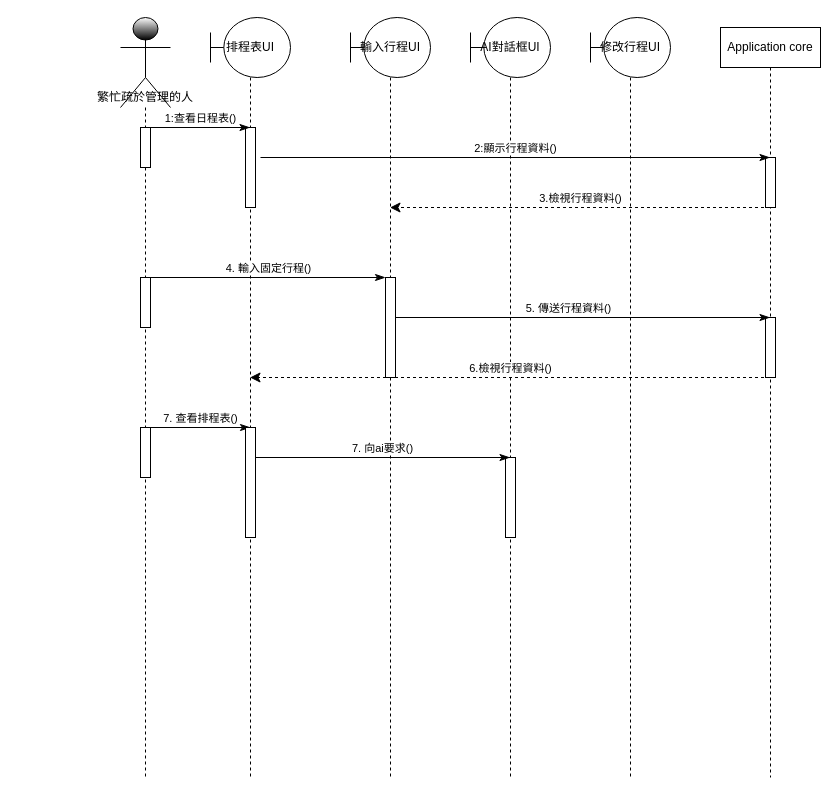
Above: 循序圖UI.drawio in Kevincheng0804/Graduation-Topic (draw.io), before the change. Source tidied: cells renumbered, new cells numbered last; positions are measured from the earlier drawing's top-left corner, leaving out a move shared by most shapes. Both pictures are drawn from the tidied source at 100%, with x=0, y=0 at pixel (120, 17).
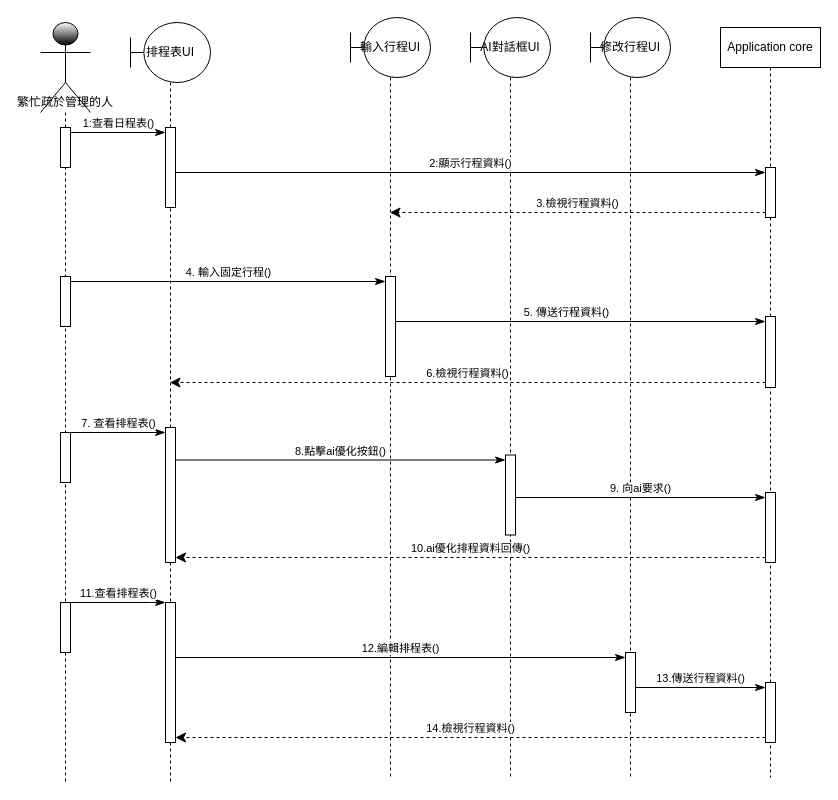
The same diagram, later.

Commit message (it also covers changes not shown here):
更新循序圖UI.drawio

Unchanged cells that the change refers to:
```xml
<mxCell id="4" value="&lt;div&gt;輸入行程UI&lt;/div&gt;" style="shape=umlLifeline;perimeter=lifelinePerimeter;whiteSpace=wrap;html=1;outlineConnect=0;portConstraint=eastwest;newEdgeStyle={&quot;curved&quot;:0,&quot;rounded&quot;:0};participant=umlBoundary;size=60;" parent="1" vertex="1">
  <mxGeometry x="230" width="80" height="760" as="geometry" />
</mxCell>
<mxCell id="6" value="AI對話框UI" style="shape=umlLifeline;perimeter=lifelinePerimeter;whiteSpace=wrap;html=1;newEdgeStyle={&quot;curved&quot;:0,&quot;rounded&quot;:0};participant=umlBoundary;size=60;" parent="1" vertex="1">
  <mxGeometry x="350" width="80" height="760" as="geometry" />
</mxCell>
<mxCell id="9" value="Application core" style="shape=umlLifeline;perimeter=lifelinePerimeter;whiteSpace=wrap;html=1;outlineConnect=0;portConstraint=eastwest;newEdgeStyle={&quot;curved&quot;:0,&quot;rounded&quot;:0};" parent="1" vertex="1">
  <mxGeometry x="600" y="10" width="100" height="750" as="geometry" />
</mxCell>
```

Change to the diagram source:
```diff
@@
     <mxCell id="2" value="&lt;div&gt;&lt;span style=&quot;background-color: initial;&quot;&gt;排程表UI&lt;/span&gt;&lt;/div&gt;" style="shape=umlLifeline;perimeter=lifelinePerimeter;whiteSpace=wrap;html=1;outlineConnect=0;portConstraint=eastwest;newEdgeStyle={&quot;curved&quot;:0,&quot;rounded&quot;:0};participant=umlBoundary;size=60;" parent="1" vertex="1">
-      <mxGeometry x="90" width="80" height="760" as="geometry" />
+      <mxGeometry x="10" y="5" width="80" height="760" as="geometry" />
     </mxCell>
-    <mxCell id="3" style="html=1;points=[[0,0,0,0,5],[0,1,0,0,-5],[1,0,0,0,5],[1,1,0,0,-5]];perimeter=orthogonalPerimeter;outlineConnect=0;targetShapes=umlLifeline;portConstraint=eastwest;newEdgeStyle={&quot;curved&quot;:0,&quot;rounded&quot;:0};" parent="2" vertex="1">
-      <mxGeometry x="35" y="110" width="10" height="80" as="geometry" />
-    </mxCell>
+    <mxCell id="26" style="html=1;points=[[0,0,0,0,5],[0,1,0,0,-5],[1,0,0,0,5],[1,1,0,0,-5]];perimeter=orthogonalPerimeter;outlineConnect=0;targetShapes=umlLifeline;portConstraint=eastwest;newEdgeStyle={&quot;curved&quot;:0,&quot;rounded&quot;:0};" parent="2" vertex="1">
+      <mxGeometry x="35" y="580" width="10" height="140" as="geometry" />
+    </mxCell>
+    <mxCell id="25" style="html=1;points=[[0,0,0,0,5],[0,1,0,0,-5],[1,0,0,0,5],[1,1,0,0,-5]];perimeter=orthogonalPerimeter;outlineConnect=0;targetShapes=umlLifeline;portConstraint=eastwest;newEdgeStyle={&quot;curved&quot;:0,&quot;rounded&quot;:0};" parent="2" vertex="1">
+      <mxGeometry x="35" y="405" width="10" height="135" as="geometry" />
+    </mxCell>
@@
     <mxCell id="5" style="html=1;points=[[0,0,0,0,5],[0,1,0,0,-5],[1,0,0,0,5],[1,1,0,0,-5]];perimeter=orthogonalPerimeter;outlineConnect=0;targetShapes=umlLifeline;portConstraint=eastwest;newEdgeStyle={&quot;curved&quot;:0,&quot;rounded&quot;:0};" parent="4" vertex="1">
-      <mxGeometry x="35" y="260" width="10" height="100" as="geometry" />
+      <mxGeometry x="35" y="259" width="10" height="100" as="geometry" />
     </mxCell>
@@
     <mxCell id="7" style="html=1;points=[[0,0,0,0,5],[0,1,0,0,-5],[1,0,0,0,5],[1,1,0,0,-5]];perimeter=orthogonalPerimeter;outlineConnect=0;targetShapes=umlLifeline;portConstraint=eastwest;newEdgeStyle={&quot;curved&quot;:0,&quot;rounded&quot;:0};" parent="6" vertex="1">
-      <mxGeometry x="35" y="440" width="10" height="80" as="geometry" />
+      <mxGeometry x="35" y="437.5" width="10" height="80" as="geometry" />
     </mxCell>
@@
+    <mxCell id="27" style="html=1;points=[[0,0,0,0,5],[0,1,0,0,-5],[1,0,0,0,5],[1,1,0,0,-5]];perimeter=orthogonalPerimeter;outlineConnect=0;targetShapes=umlLifeline;portConstraint=eastwest;newEdgeStyle={&quot;curved&quot;:0,&quot;rounded&quot;:0};" parent="9" vertex="1">
+      <mxGeometry x="45" y="465" width="10" height="70" as="geometry" />
+    </mxCell>
+    <mxCell id="28" style="html=1;points=[[0,0,0,0,5],[0,1,0,0,-5],[1,0,0,0,5],[1,1,0,0,-5]];perimeter=orthogonalPerimeter;outlineConnect=0;targetShapes=umlLifeline;portConstraint=eastwest;newEdgeStyle={&quot;curved&quot;:0,&quot;rounded&quot;:0};" parent="9" vertex="1">
+      <mxGeometry x="45" y="655" width="10" height="60" as="geometry" />
+    </mxCell>
     <mxCell id="10" style="html=1;points=[[0,0,0,0,5],[0,1,0,0,-5],[1,0,0,0,5],[1,1,0,0,-5]];perimeter=orthogonalPerimeter;outlineConnect=0;targetShapes=umlLifeline;portConstraint=eastwest;newEdgeStyle={&quot;curved&quot;:0,&quot;rounded&quot;:0};" parent="9" vertex="1">
-      <mxGeometry x="45" y="130" width="10" height="50" as="geometry" />
+      <mxGeometry x="45" y="140" width="10" height="50" as="geometry" />
     </mxCell>
     <mxCell id="11" style="html=1;points=[[0,0,0,0,5],[0,1,0,0,-5],[1,0,0,0,5],[1,1,0,0,-5]];perimeter=orthogonalPerimeter;outlineConnect=0;targetShapes=umlLifeline;portConstraint=eastwest;newEdgeStyle={&quot;curved&quot;:0,&quot;rounded&quot;:0};" parent="9" vertex="1">
-      <mxGeometry x="45" y="290" width="10" height="60" as="geometry" />
+      <mxGeometry x="45" y="289" width="10" height="71" as="geometry" />
     </mxCell>
     <mxCell id="12" value="&lt;span style=&quot;font-family: &amp;quot;Architects Daughter&amp;quot;; text-wrap-mode: nowrap;&quot;&gt;繁忙疏於管理的人&lt;/span&gt;" style="shape=umlLifeline;perimeter=lifelinePerimeter;whiteSpace=wrap;html=1;newEdgeStyle={&quot;curved&quot;:0,&quot;rounded&quot;:0};participant=umlActor;size=90;verticalAlign=bottom;gradientColor=default;" parent="1" vertex="1">
-      <mxGeometry width="50" height="760" as="geometry" />
+      <mxGeometry x="-80" y="5" width="50" height="760" as="geometry" />
     </mxCell>
+    <mxCell id="15" style="html=1;perimeter=orthogonalPerimeter;targetShapes=umlLifeline;newEdgeStyle={&quot;curved&quot;:0,&quot;rounded&quot;:0};" parent="12" vertex="1">
+      <mxGeometry x="20" y="410" width="10" height="50" as="geometry" />
+    </mxCell>
+    <mxCell id="29" style="html=1;points=[[0,0,0,0,5],[0,1,0,0,-5],[1,0,0,0,5],[1,1,0,0,-5]];perimeter=orthogonalPerimeter;outlineConnect=0;targetShapes=umlLifeline;portConstraint=eastwest;newEdgeStyle={&quot;curved&quot;:0,&quot;rounded&quot;:0};" parent="12" vertex="1">
+      <mxGeometry x="20" y="580" width="10" height="50" as="geometry" />
+    </mxCell>
+    <mxCell id="14" style="html=1;points=[[0,0,0,0,5],[0,1,0,0,-5],[1,0,0,0,5],[1,1,0,0,-5]];perimeter=orthogonalPerimeter;outlineConnect=0;targetShapes=umlLifeline;portConstraint=eastwest;newEdgeStyle={&quot;curved&quot;:0,&quot;rounded&quot;:0};" parent="12" vertex="1">
+      <mxGeometry x="20" y="254" width="10" height="50" as="geometry" />
+    </mxCell>
     <mxCell id="13" style="html=1;points=[[0,0,0,0,5],[0,1,0,0,-5],[1,0,0,0,5],[1,1,0,0,-5]];perimeter=orthogonalPerimeter;outlineConnect=0;targetShapes=umlLifeline;portConstraint=eastwest;newEdgeStyle={&quot;curved&quot;:0,&quot;rounded&quot;:0};" parent="12" vertex="1">
-      <mxGeometry x="20" y="110" width="10" height="40" as="geometry" />
+      <mxGeometry x="20" y="105" width="10" height="40" as="geometry" />
     </mxCell>
-    <mxCell id="14" style="html=1;points=[[0,0,0,0,5],[0,1,0,0,-5],[1,0,0,0,5],[1,1,0,0,-5]];perimeter=orthogonalPerimeter;outlineConnect=0;targetShapes=umlLifeline;portConstraint=eastwest;newEdgeStyle={&quot;curved&quot;:0,&quot;rounded&quot;:0};" parent="12" vertex="1">
-      <mxGeometry x="20" y="260" width="10" height="50" as="geometry" />
-    </mxCell>
-    <mxCell id="15" style="html=1;perimeter=orthogonalPerimeter;targetShapes=umlLifeline;newEdgeStyle={&quot;curved&quot;:0,&quot;rounded&quot;:0};" parent="12" vertex="1">
-      <mxGeometry x="20" y="410" width="10" height="50" as="geometry" />
-    </mxCell>
-    <mxCell id="16" value="&lt;div&gt;4. 輸入固定行程()&lt;/div&gt;" style="html=1;verticalAlign=bottom;startArrow=none;startFill=0;endArrow=classicThin;startSize=6;endSize=8;curved=0;rounded=0;endFill=1;" parent="1" edge="1" target="5">
-      <mxGeometry relative="1" as="geometry">
-        <mxPoint x="30" y="260" as="sourcePoint" />
-      </mxGeometry>
+    <mxCell id="16" value="&lt;div&gt;4. 輸入固定行程()&lt;/div&gt;" style="html=1;verticalAlign=bottom;startArrow=none;startFill=0;endArrow=classicThin;startSize=6;endSize=8;curved=0;rounded=0;endFill=1;entryX=0;entryY=0;entryDx=0;entryDy=5;entryPerimeter=0;exitX=1;exitY=0;exitDx=0;exitDy=5;exitPerimeter=0;" parent="1" edge="1" source="14" target="5">
+      <mxGeometry relative="1" as="geometry" />
     </mxCell>
-    <mxCell id="17" value="1:查看日程表()" style="html=1;verticalAlign=bottom;startArrow=none;startFill=0;endArrow=classicThin;startSize=6;endSize=8;curved=0;rounded=0;endFill=1;" parent="1" edge="1" target="2">
-      <mxGeometry relative="1" as="geometry">
-        <mxPoint x="30" y="110" as="sourcePoint" />
-      </mxGeometry>
+    <mxCell id="17" value="1:查看日程表()" style="html=1;verticalAlign=bottom;startArrow=none;startFill=0;endArrow=classicThin;startSize=6;endSize=8;curved=0;rounded=0;endFill=1;entryX=0;entryY=0;entryDx=0;entryDy=5;entryPerimeter=0;exitX=1;exitY=0;exitDx=0;exitDy=5;exitPerimeter=0;" parent="1" edge="1" source="13" target="3">
+      <mxGeometry relative="1" as="geometry" />
     </mxCell>
-    <mxCell id="18" value="2:顯示行程資料()" style="html=1;verticalAlign=bottom;startArrow=none;startFill=0;endArrow=classicThin;startSize=6;endSize=8;curved=0;rounded=0;endFill=1;" parent="1" edge="1" target="9">
-      <mxGeometry relative="1" as="geometry">
-        <mxPoint x="140" y="140" as="sourcePoint" />
-      </mxGeometry>
+    <mxCell id="18" value="2:顯示行程資料()" style="html=1;verticalAlign=bottom;startArrow=none;startFill=0;endArrow=classicThin;startSize=6;endSize=8;curved=0;rounded=0;endFill=1;entryX=0;entryY=0;entryDx=0;entryDy=5;entryPerimeter=0;" parent="1" edge="1" source="3" target="10">
+      <mxGeometry relative="1" as="geometry" />
     </mxCell>
-    <mxCell id="19" value="3.檢視行程資料()" style="html=1;verticalAlign=bottom;endArrow=classic;dashed=1;endSize=8;curved=0;rounded=0;endFill=1;" parent="1" edge="1" target="4">
-      <mxGeometry relative="1" as="geometry">
-        <mxPoint x="649.5" y="190" as="sourcePoint" />
-      </mxGeometry>
+    <mxCell id="19" value="3.檢視行程資料()" style="html=1;verticalAlign=bottom;endArrow=classic;dashed=1;endSize=8;curved=0;rounded=0;endFill=1;exitX=0;exitY=1;exitDx=0;exitDy=-5;exitPerimeter=0;" parent="1" edge="1" source="10" target="4">
+      <mxGeometry relative="1" as="geometry" />
     </mxCell>
-    <mxCell id="20" value="5. 傳送行程資料()" style="html=1;verticalAlign=bottom;startArrow=none;startFill=0;endArrow=classicThin;startSize=6;endSize=8;curved=0;rounded=0;endFill=1;" parent="1" edge="1">
+    <mxCell id="20" value="5. 傳送行程資料()" style="html=1;verticalAlign=bottom;startArrow=none;startFill=0;endArrow=classicThin;startSize=6;endSize=8;curved=0;rounded=0;endFill=1;entryX=0;entryY=0;entryDx=0;entryDy=5;entryPerimeter=0;" parent="1" edge="1" source="5" target="11">
       <mxGeometry x="-0.07" relative="1" as="geometry">
-        <mxPoint x="275" y="300" as="sourcePoint" />
-        <mxPoint x="649.5" y="300" as="targetPoint" />
         <mxPoint x="-1" as="offset" />
       </mxGeometry>
     </mxCell>
-    <mxCell id="21" value="6.檢視行程資料()" style="html=1;verticalAlign=bottom;endArrow=classic;dashed=1;endSize=8;curved=0;rounded=0;endFill=1;" parent="1" edge="1" source="9" target="2">
-      <mxGeometry relative="1" as="geometry">
-        <Array as="points">
-          <mxPoint x="530" y="360" />
-        </Array>
-      </mxGeometry>
+    <mxCell id="21" value="6.檢視行程資料()" style="html=1;verticalAlign=bottom;endArrow=classic;dashed=1;endSize=8;curved=0;rounded=0;endFill=1;exitX=0;exitY=1;exitDx=0;exitDy=-5;exitPerimeter=0;" parent="1" edge="1" source="11" target="2">
+      <mxGeometry relative="1" as="geometry" />
     </mxCell>
-    <mxCell id="22" value="&lt;div&gt;7. 向ai要求()&lt;/div&gt;" style="html=1;verticalAlign=bottom;startArrow=none;startFill=0;endArrow=classicThin;startSize=6;endSize=8;curved=0;rounded=0;endFill=1;" parent="1" edge="1" source="25">
-      <mxGeometry relative="1" as="geometry">
-        <mxPoint x="389.5" y="440" as="targetPoint" />
-      </mxGeometry>
+    <mxCell id="22" value="&lt;div&gt;8.點擊ai優化按鈕()&lt;/div&gt;" style="html=1;verticalAlign=bottom;startArrow=none;startFill=0;endArrow=classicThin;startSize=6;endSize=8;curved=0;rounded=0;endFill=1;entryX=0;entryY=0;entryDx=0;entryDy=5;entryPerimeter=0;" parent="1" edge="1" source="25" target="7">
+      <mxGeometry relative="1" as="geometry" />
     </mxCell>
-    <mxCell id="23" value="&lt;div&gt;7. 查看排程表()&lt;/div&gt;" style="html=1;verticalAlign=bottom;startArrow=none;startFill=0;endArrow=classicThin;startSize=6;endSize=8;curved=0;rounded=0;endFill=1;" parent="1" edge="1">
+    <mxCell id="23" value="&lt;div&gt;7. 查看排程表()&lt;/div&gt;" style="html=1;verticalAlign=bottom;startArrow=none;startFill=0;endArrow=classicThin;startSize=6;endSize=8;curved=0;rounded=0;endFill=1;entryX=0;entryY=0;entryDx=0;entryDy=5;entryPerimeter=0;" parent="1" edge="1" target="25">
       <mxGeometry relative="1" as="geometry">
-        <mxPoint x="30" y="410" as="sourcePoint" />
-        <mxPoint x="130" y="410" as="targetPoint" />
+        <mxPoint x="-50" y="415" as="sourcePoint" />
       </mxGeometry>
     </mxCell>
-    <mxCell id="24" style="html=1;verticalAlign=bottom;startArrow=none;startFill=0;endArrow=classicThin;startSize=6;endSize=8;curved=0;rounded=0;endFill=1;" parent="1" edge="1" target="25">
-      <mxGeometry relative="1" as="geometry">
-        <mxPoint x="129.1" y="440" as="sourcePoint" />
-      </mxGeometry>
-    </mxCell>
-    <mxCell id="25" style="html=1;points=[[0,0,0,0,5],[0,1,0,0,-5],[1,0,0,0,5],[1,1,0,0,-5]];perimeter=orthogonalPerimeter;outlineConnect=0;targetShapes=umlLifeline;portConstraint=eastwest;newEdgeStyle={&quot;curved&quot;:0,&quot;rounded&quot;:0};" parent="1" vertex="1">
-      <mxGeometry x="125" y="410" width="10" height="110" as="geometry" />
-    </mxCell>
+    <mxCell id="30" value="&lt;div&gt;9. 向ai要求()&lt;/div&gt;" style="html=1;verticalAlign=bottom;startArrow=none;startFill=0;endArrow=classicThin;startSize=6;endSize=8;curved=0;rounded=0;endFill=1;entryX=0;entryY=0;entryDx=0;entryDy=5;entryPerimeter=0;" parent="1" edge="1" source="7" target="27">
+      <mxGeometry relative="1" as="geometry" />
+    </mxCell>
+    <mxCell id="31" value="10.ai優化排程資料回傳()" style="html=1;verticalAlign=bottom;endArrow=classic;dashed=1;endSize=8;curved=0;rounded=0;endFill=1;entryX=1;entryY=1;entryDx=0;entryDy=-5;entryPerimeter=0;exitX=0;exitY=1;exitDx=0;exitDy=-5;exitPerimeter=0;" parent="1" edge="1" source="27" target="25">
+      <mxGeometry relative="1" as="geometry" />
+    </mxCell>
+    <mxCell id="32" value="&lt;div&gt;11.查看排程表()&lt;/div&gt;" style="html=1;verticalAlign=bottom;startArrow=none;startFill=0;endArrow=classicThin;startSize=6;endSize=8;curved=0;rounded=0;endFill=1;" parent="1" edge="1" source="29" target="26">
+      <mxGeometry relative="1" as="geometry">
+        <Array as="points">
+          <mxPoint x="30" y="585" />
+        </Array>
+      </mxGeometry>
+    </mxCell>
+    <mxCell id="33" value="&lt;div&gt;12.編輯排程表()&lt;/div&gt;" style="html=1;verticalAlign=bottom;startArrow=none;startFill=0;endArrow=classicThin;startSize=6;endSize=8;curved=0;rounded=0;endFill=1;entryX=0;entryY=0;entryDx=0;entryDy=5;entryPerimeter=0;" parent="1" edge="1" source="26" target="36">
+      <mxGeometry relative="1" as="geometry" />
+    </mxCell>
+    <mxCell id="34" value="13.傳送行程資料()" style="html=1;verticalAlign=bottom;startArrow=none;startFill=0;endArrow=classicThin;startSize=6;endSize=8;curved=0;rounded=0;endFill=1;entryX=0;entryY=0;entryDx=0;entryDy=5;entryPerimeter=0;" parent="1" edge="1" source="36" target="28">
+      <mxGeometry relative="1" as="geometry" />
+    </mxCell>
+    <mxCell id="35" value="14.檢視行程資料()" style="html=1;verticalAlign=bottom;endArrow=classic;dashed=1;endSize=8;curved=0;rounded=0;endFill=1;" parent="1" edge="1" source="28" target="26">
+      <mxGeometry relative="1" as="geometry">
+        <Array as="points">
+          <mxPoint x="190" y="720" />
+        </Array>
+      </mxGeometry>
+    </mxCell>
+    <mxCell id="36" style="html=1;points=[[0,0,0,0,5],[0,1,0,0,-5],[1,0,0,0,5],[1,1,0,0,-5]];perimeter=orthogonalPerimeter;outlineConnect=0;targetShapes=umlLifeline;portConstraint=eastwest;newEdgeStyle={&quot;curved&quot;:0,&quot;rounded&quot;:0};" parent="1" vertex="1">
+      <mxGeometry x="505" y="635" width="10" height="60" as="geometry" />
+    </mxCell>
+    <mxCell id="3" style="html=1;points=[[0,0,0,0,5],[0,1,0,0,-5],[1,0,0,0,5],[1,1,0,0,-5]];perimeter=orthogonalPerimeter;outlineConnect=0;targetShapes=umlLifeline;portConstraint=eastwest;newEdgeStyle={&quot;curved&quot;:0,&quot;rounded&quot;:0};" parent="1" vertex="1">
+      <mxGeometry x="45" y="110" width="10" height="80" as="geometry" />
+    </mxCell>
```
